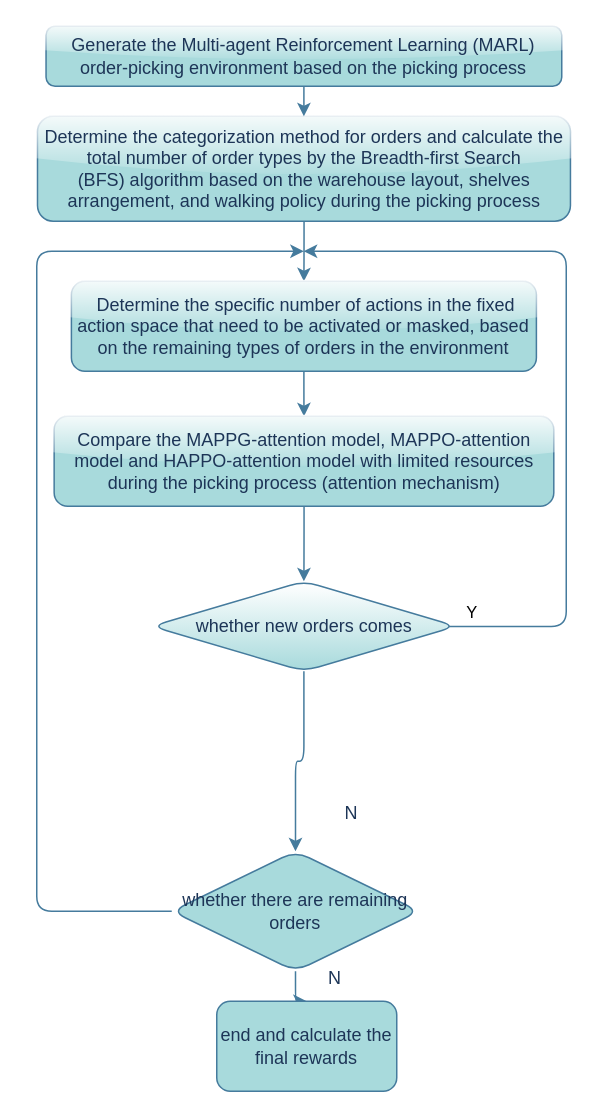
Before: 未命名绘图.drawio in xfl11/xfliu, a draw.io diagram. Source tidied: cells renumbered, new cells numbered last; positions are measured from the earlier drawing's top-left corner, leaving out a move shared by most shapes. Both pictures are drawn from the tidied source at 150%, with x=0, y=0 at pixel (36, 26).
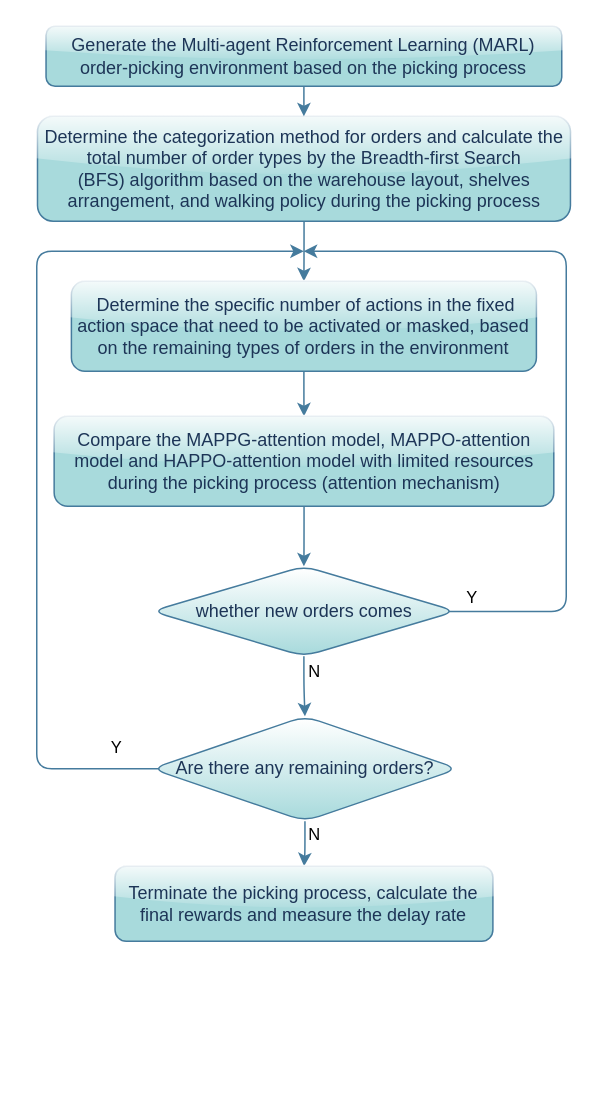
The same diagram, later.

Commit message:
更新未命名绘图.drawio

The change refers to these unchanged cells:
```xml
<mxCell id="10" style="edgeStyle=orthogonalEdgeStyle;rounded=1;jettySize=auto;html=1;labelBackgroundColor=none;strokeColor=#457B9D;fontColor=default;" parent="1" edge="1" source="16" target="12">
  <mxGeometry relative="1" as="geometry" />
</mxCell>
<mxCell id="14" style="edgeStyle=orthogonalEdgeStyle;rounded=1;jettySize=auto;html=1;labelBackgroundColor=none;strokeColor=#457B9D;fontColor=default;" parent="1" edge="1" source="11" target="16">
  <mxGeometry relative="1" as="geometry" />
</mxCell>
```

Change to the diagram source:
```diff
@@
     <mxCell id="8" style="edgeStyle=orthogonalEdgeStyle;rounded=1;jettySize=auto;html=1;exitX=0.95;exitY=0.503;exitDx=0;exitDy=0;labelBackgroundColor=none;strokeColor=#457B9D;fontColor=default;exitPerimeter=0;" parent="1" edge="1" source="11">
       <mxGeometry relative="1" as="geometry">
         <mxPoint x="178" y="150" as="targetPoint" />
         <Array as="points">
-          <mxPoint x="353" y="400" />
+          <mxPoint x="353" y="390" />
           <mxPoint x="353" y="150" />
         </Array>
       </mxGeometry>
     </mxCell>
     <mxCell id="9" value="Y" style="edgeLabel;html=1;align=center;verticalAlign=middle;rounded=1;" parent="8" vertex="1">
       <mxGeometry x="0.41" y="2" relative="1" as="geometry">
-        <mxPoint x="-38" y="238" as="offset" />
+        <mxPoint x="-35" y="228" as="offset" />
       </mxGeometry>
     </mxCell>
@@
+    <mxCell id="21" value="N" style="edgeLabel;html=1;align=center;verticalAlign=middle;" parent="10" vertex="1">
+      <mxGeometry x="-0.76" y="1" relative="1" as="geometry">
+        <mxPoint x="5" y="4" as="offset" />
+      </mxGeometry>
+    </mxCell>
     <mxCell id="11" value="whether new orders comes" style="rhombus;whiteSpace=wrap;html=1;labelBackgroundColor=none;fillColor=#A8DADC;strokeColor=#457B9D;fontColor=#1D3557;rounded=1;shadow=0;gradientColor=#ffffff;gradientDirection=north;" parent="1" vertex="1">
-      <mxGeometry x="76.6" y="370" width="203.1" height="60" as="geometry" />
+      <mxGeometry x="76.6" y="360" width="203.1" height="60" as="geometry" />
     </mxCell>
-    <mxCell id="12" value="end and calculate the final rewards" style="rounded=1;whiteSpace=wrap;html=1;labelBackgroundColor=none;fillColor=#A8DADC;strokeColor=#457B9D;fontColor=#1D3557;" parent="1" vertex="1">
-      <mxGeometry x="120" y="650" width="120" height="60" as="geometry" />
+    <mxCell id="12" value="Terminate the picking process, calculate the final rewards and measure the delay rate" style="rounded=1;whiteSpace=wrap;html=1;labelBackgroundColor=none;fillColor=#A8DADC;strokeColor=#457B9D;fontColor=#1D3557;glass=1;" parent="1" vertex="1">
+      <mxGeometry x="52.2" y="560" width="251.9" height="50" as="geometry" />
     </mxCell>
-    <mxCell id="13" value="N" style="text;html=1;strokeColor=none;fillColor=none;align=center;verticalAlign=middle;whiteSpace=wrap;rounded=1;labelBackgroundColor=none;fontColor=#1D3557;" parent="1" vertex="1">
-      <mxGeometry x="169" y="620" width="60" height="30" as="geometry" />
-    </mxCell>
@@
+    <mxCell id="22" value="N" style="edgeLabel;html=1;align=center;verticalAlign=middle;" parent="14" vertex="1">
+      <mxGeometry x="-0.3" y="1" relative="1" as="geometry">
+        <mxPoint x="5" y="-4" as="offset" />
+      </mxGeometry>
+    </mxCell>
-    <mxCell id="15" style="edgeStyle=orthogonalEdgeStyle;rounded=1;jettySize=auto;html=1;exitX=0;exitY=0.5;exitDx=0;exitDy=0;labelBackgroundColor=none;strokeColor=#457B9D;fontColor=default;" parent="1" edge="1" source="16">
+    <mxCell id="15" style="edgeStyle=orthogonalEdgeStyle;rounded=1;jettySize=auto;html=1;exitX=0.057;exitY=0.48;exitDx=0;exitDy=0;labelBackgroundColor=none;strokeColor=#457B9D;fontColor=default;exitPerimeter=0;" parent="1" edge="1" source="16">
       <mxGeometry relative="1" as="geometry">
         <mxPoint x="178" y="150" as="targetPoint" />
         <Array as="points">
-          <mxPoint y="590" />
+          <mxPoint x="88" y="495" />
+          <mxPoint y="495" />
           <mxPoint y="150" />
         </Array>
       </mxGeometry>
     </mxCell>
+    <mxCell id="23" value="Y" style="edgeLabel;html=1;align=center;verticalAlign=middle;" parent="15" vertex="1">
+      <mxGeometry x="-0.78" y="-1" relative="1" as="geometry">
+        <mxPoint x="30" y="-14" as="offset" />
+      </mxGeometry>
+    </mxCell>
-    <mxCell id="16" value="whether there are remaining orders" style="rhombus;whiteSpace=wrap;html=1;labelBackgroundColor=none;fillColor=#A8DADC;strokeColor=#457B9D;fontColor=#1D3557;rounded=1;" parent="1" vertex="1">
-      <mxGeometry x="90" y="550" width="165" height="80" as="geometry" />
+    <mxCell id="16" value="Are there any remaining orders?" style="rhombus;whiteSpace=wrap;html=1;labelBackgroundColor=none;fillColor=#A8DADC;strokeColor=#457B9D;fontColor=#1D3557;rounded=1;gradientColor=#ffffff;gradientDirection=north;" parent="1" vertex="1">
+      <mxGeometry x="76.6" y="460" width="204.4" height="70" as="geometry" />
     </mxCell>
-    <mxCell id="17" style="edgeStyle=orthogonalEdgeStyle;rounded=1;orthogonalLoop=1;jettySize=auto;html=1;exitX=0.5;exitY=1;exitDx=0;exitDy=0;labelBackgroundColor=none;strokeColor=#457B9D;fontColor=default;" parent="1" edge="1" source="16" target="16">
-      <mxGeometry relative="1" as="geometry" />
-    </mxCell>
-    <mxCell id="18" value="N" style="text;html=1;strokeColor=none;fillColor=none;align=center;verticalAlign=middle;whiteSpace=wrap;rounded=1;labelBackgroundColor=none;fontColor=#1D3557;" parent="1" vertex="1">
-      <mxGeometry x="180" y="510" width="60" height="30" as="geometry" />
-    </mxCell>
```
